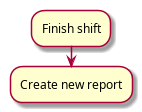
mimischi/clock-planning keeps this PlantUML diagram as diagrams/create_update_shift.png. Above is the earlier version. Its diagram source:
```plantuml
@startuml
:Finish shift;
:Create new report;
@enduml
```
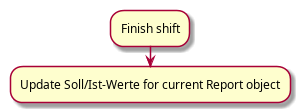
The same file after the commit.

Diff of the diagram source:
```diff
@@ -1,4 +1,4 @@
 @startuml
 :Finish shift;
-:Create new report;
+:Update Soll/Ist-Werte for current Report object;
 @enduml
```
